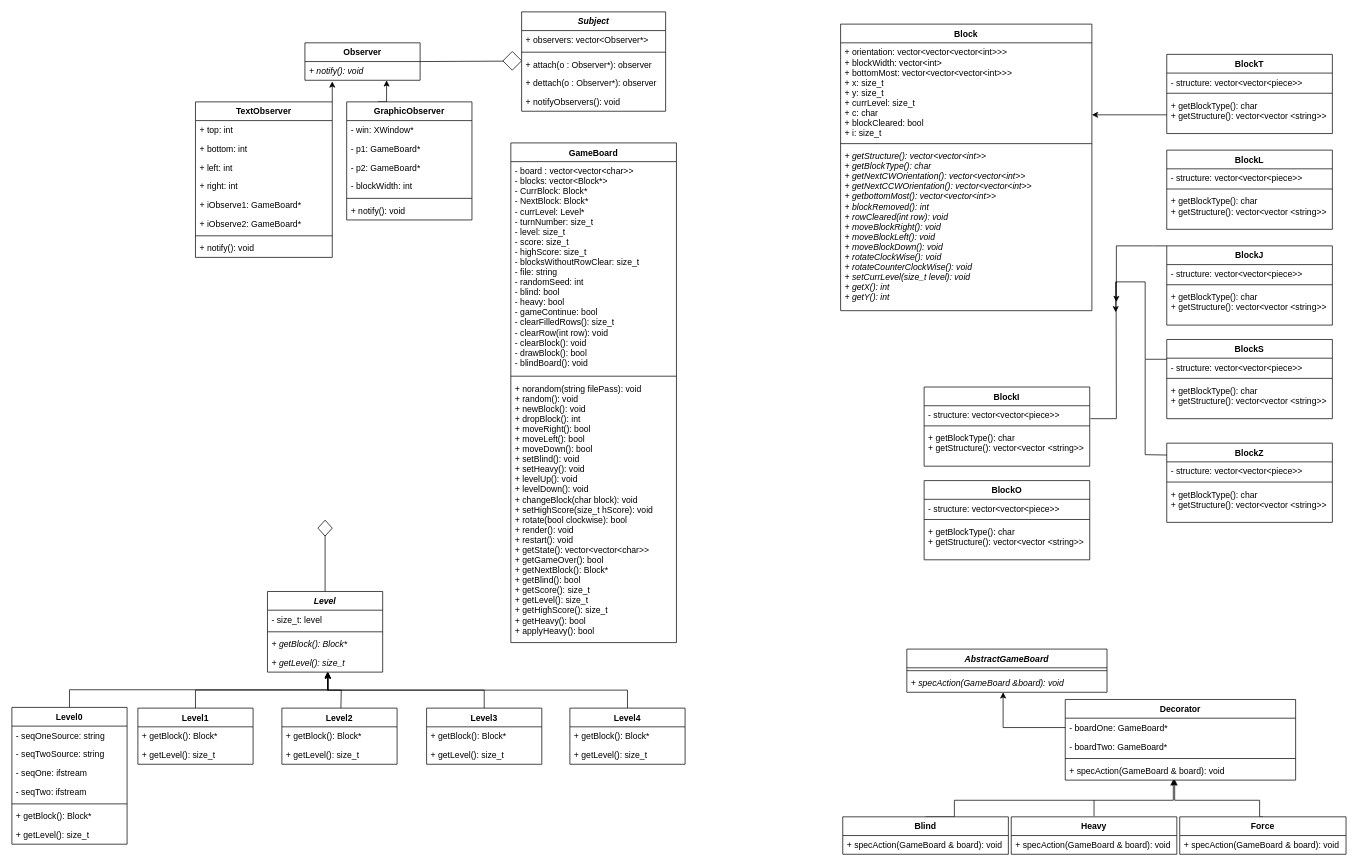
Above: UML.drawio in velomafinsights/biquadris (draw.io), before the change. Source tidied: cells renumbered, new cells numbered last; positions are measured from the earlier drawing's top-left corner, leaving out a move shared by most shapes. Both pictures are drawn from the tidied source at 72%, with x=0, y=0 at pixel (12, 12).
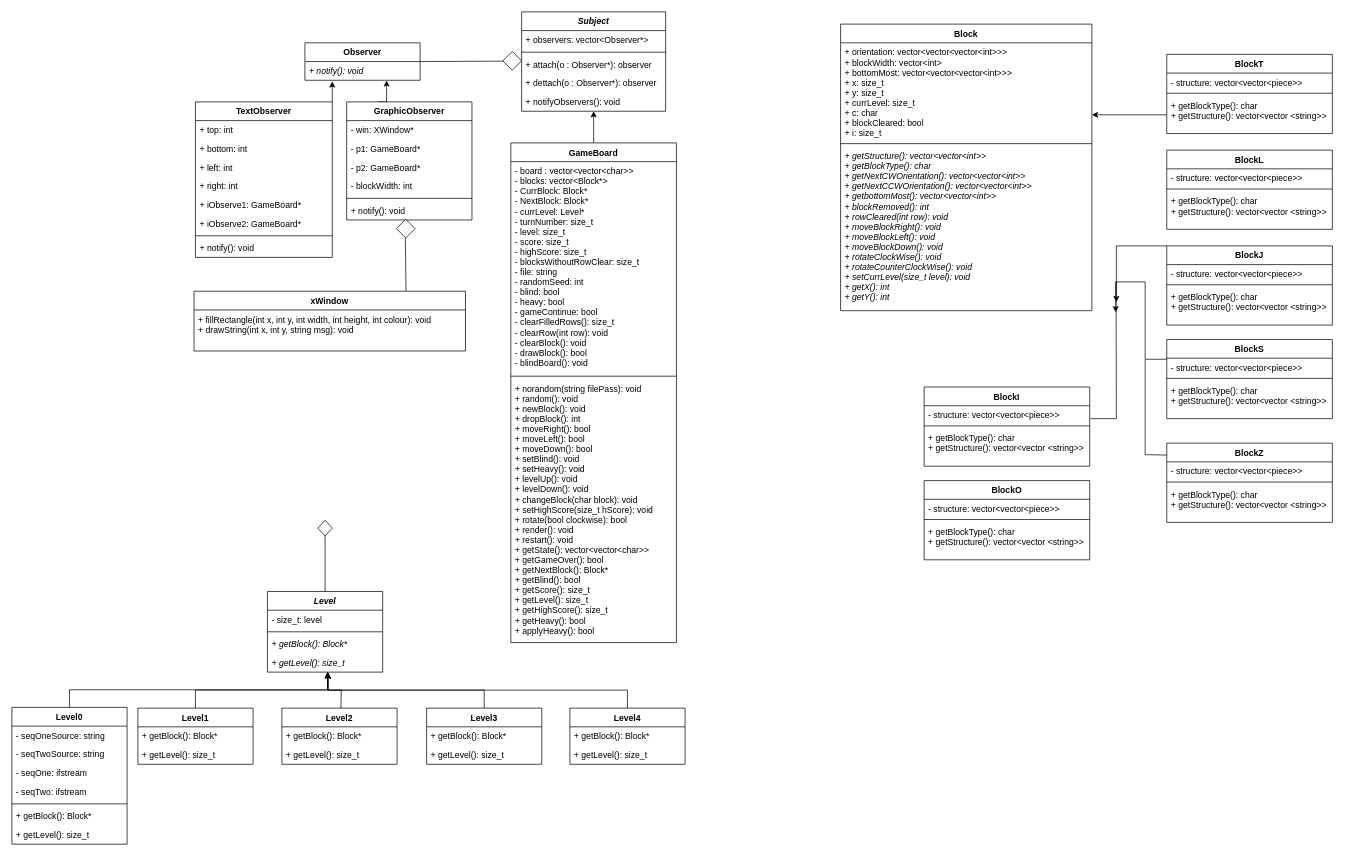
After the change.

Unchanged cells that the change refers to:
```xml
<mxCell id="2" value="Subject" style="swimlane;fontStyle=3;align=center;verticalAlign=top;horizontal=1;startSize=26;" parent="1" vertex="1">
  <mxGeometry x="708" width="200" height="138" as="geometry" />
</mxCell>
<mxCell id="26" value="GameBoard" style="swimlane;fontStyle=1;align=center;verticalAlign=top;horizontal=1;startSize=26;" parent="1" vertex="1">
  <mxGeometry x="693" y="182" width="230" height="694" as="geometry" />
</mxCell>
```

Diff of the diagram source:
```diff
@@
+    <mxCell id="124" style="edgeStyle=orthogonalEdgeStyle;rounded=0;jettySize=auto;html=1;exitX=0.5;exitY=0;exitDx=0;exitDy=0;entryX=0.5;entryY=1;entryDx=0;entryDy=0;" parent="1" edge="1" source="26" target="2">
+      <mxGeometry relative="1" as="geometry" />
+    </mxCell>
@@
-    <mxCell id="34" value="Decorator&#10;" style="swimlane;fontStyle=1;align=center;verticalAlign=top;horizontal=1;startSize=26;" parent="1" vertex="1">
-      <mxGeometry x="1463" y="955" width="320" height="112" as="geometry" />
-    </mxCell>
-    <mxCell id="35" value="- boardOne: GameBoard*" style="text;strokeColor=none;fillColor=none;align=left;verticalAlign=top;spacingLeft=4;spacingRight=4;overflow=hidden;points=[[0,0.5],[1,0.5]];portConstraint=eastwest;" parent="34" vertex="1">
-      <mxGeometry y="26" width="320" height="26" as="geometry" />
-    </mxCell>
-    <mxCell id="36" value="- boardTwo: GameBoard*" style="text;strokeColor=none;fillColor=none;align=left;verticalAlign=top;spacingLeft=4;spacingRight=4;overflow=hidden;" parent="34" vertex="1">
-      <mxGeometry y="52" width="320" height="26" as="geometry" />
-    </mxCell>
-    <mxCell id="37" style="line;strokeWidth=1;fillColor=none;align=left;verticalAlign=middle;spacingTop=-1;spacingLeft=3;spacingRight=3;labelPosition=right;strokeColor=inherit;" parent="34" vertex="1">
-      <mxGeometry y="78" width="320" height="8" as="geometry" />
-    </mxCell>
-    <mxCell id="38" value="+ specAction(GameBoard &amp; board): void" style="text;strokeColor=none;fillColor=none;align=left;verticalAlign=top;spacingLeft=4;spacingRight=4;overflow=hidden;points=[[0,0.5],[1,0.5]];portConstraint=eastwest;" parent="34" vertex="1">
-      <mxGeometry y="86" width="320" height="26" as="geometry" />
-    </mxCell>
-    <mxCell id="39" style="edgeStyle=orthogonalEdgeStyle;rounded=0;jettySize=auto;html=1;exitX=0.5;exitY=0;exitDx=0;exitDy=0;entryX=0.469;entryY=0.962;entryDx=0;entryDy=0;entryPerimeter=0;" parent="1" edge="1" source="40" target="38">
-      <mxGeometry relative="1" as="geometry">
-        <Array as="points">
-          <mxPoint x="1309" y="1095" />
-          <mxPoint x="1613" y="1095" />
-        </Array>
-      </mxGeometry>
-    </mxCell>
-    <mxCell id="40" value="Blind" style="swimlane;fontStyle=1;align=center;verticalAlign=top;horizontal=1;startSize=26;" parent="1" vertex="1">
-      <mxGeometry x="1154" y="1118" width="230" height="52" as="geometry" />
-    </mxCell>
-    <mxCell id="41" value="+ specAction(GameBoard &amp; board): void" style="text;strokeColor=none;fillColor=none;align=left;verticalAlign=top;spacingLeft=4;spacingRight=4;overflow=hidden;" parent="40" vertex="1">
-      <mxGeometry y="26" width="230" height="26" as="geometry" />
-    </mxCell>
-    <mxCell id="42" style="edgeStyle=orthogonalEdgeStyle;rounded=0;jettySize=auto;html=1;exitX=0.5;exitY=0;exitDx=0;exitDy=0;entryX=0.475;entryY=0.962;entryDx=0;entryDy=0;entryPerimeter=0;" parent="1" edge="1" source="43" target="38">
-      <mxGeometry relative="1" as="geometry">
-        <Array as="points">
-          <mxPoint x="1733" y="1095" />
-          <mxPoint x="1615" y="1095" />
-        </Array>
-      </mxGeometry>
-    </mxCell>
-    <mxCell id="43" value="Force" style="swimlane;fontStyle=1;align=center;verticalAlign=top;horizontal=1;startSize=26;" parent="1" vertex="1">
-      <mxGeometry x="1622" y="1118" width="231" height="52" as="geometry" />
-    </mxCell>
-    <mxCell id="44" value="+ specAction(GameBoard &amp; board): void" style="text;strokeColor=none;fillColor=none;align=left;verticalAlign=top;spacingLeft=4;spacingRight=4;overflow=hidden;" parent="43" vertex="1">
-      <mxGeometry y="26" width="231" height="26" as="geometry" />
-    </mxCell>
-    <mxCell id="45" value="Heavy" style="swimlane;fontStyle=1;align=center;verticalAlign=top;horizontal=1;startSize=26;" parent="1" vertex="1">
-      <mxGeometry x="1388" y="1118" width="230" height="52" as="geometry" />
-    </mxCell>
-    <mxCell id="46" value="+ specAction(GameBoard &amp; board): void" style="text;strokeColor=none;fillColor=none;align=left;verticalAlign=top;spacingLeft=4;spacingRight=4;overflow=hidden;" parent="45" vertex="1">
-      <mxGeometry y="26" width="230" height="26" as="geometry" />
-    </mxCell>
@@
-    <mxCell id="48" value="AbstractGameBoard" style="swimlane;fontStyle=3;align=center;verticalAlign=top;horizontal=1;startSize=26;" parent="1" vertex="1">
-      <mxGeometry x="1243" y="885" width="278" height="60" as="geometry" />
-    </mxCell>
-    <mxCell id="49" style="line;strokeWidth=1;fillColor=none;align=left;verticalAlign=middle;spacingTop=-1;spacingLeft=3;spacingRight=3;labelPosition=right;strokeColor=inherit;" parent="48" vertex="1">
-      <mxGeometry y="26" width="278" height="8" as="geometry" />
-    </mxCell>
-    <mxCell id="50" value="+ specAction(GameBoard &amp;board): void" style="text;strokeColor=none;fillColor=none;align=left;verticalAlign=top;spacingLeft=4;spacingRight=4;overflow=hidden;points=[[0,0.5],[1,0.5]];portConstraint=eastwest;fontStyle=2;" parent="48" vertex="1">
-      <mxGeometry y="34" width="278" height="26" as="geometry" />
-    </mxCell>
-    <mxCell id="51" style="edgeStyle=orthogonalEdgeStyle;rounded=0;jettySize=auto;html=1;exitX=0;exitY=0.5;exitDx=0;exitDy=0;entryX=0.481;entryY=1;entryDx=0;entryDy=0;entryPerimeter=0;" parent="1" edge="1" source="35" target="50">
-      <mxGeometry relative="1" as="geometry" />
-    </mxCell>
@@
-    <mxCell id="83" style="endArrow=none;html=1;rounded=0;" parent="1" edge="1">
-      <mxGeometry relative="1" as="geometry">
-        <mxPoint x="1503" y="1117" as="sourcePoint" />
-        <mxPoint x="1503" y="1095" as="targetPoint" />
-      </mxGeometry>
-    </mxCell>
@@
+    <mxCell id="125" value="xWindow" style="swimlane;fontStyle=1;align=center;verticalAlign=top;horizontal=1;startSize=26;" parent="1" vertex="1">
+      <mxGeometry x="253" y="388" width="377" height="83" as="geometry" />
+    </mxCell>
+    <mxCell id="126" value="+ fillRectangle(int x, int y, int width, int height, int colour): void&#10;+ drawString(int x, int y, string msg): void" style="text;strokeColor=none;fillColor=none;align=left;verticalAlign=top;spacingLeft=4;spacingRight=4;overflow=hidden;" parent="125" vertex="1">
+      <mxGeometry y="26" width="377" height="57" as="geometry" />
+    </mxCell>
+    <mxCell id="127" style="rhombus;whiteSpace=wrap;html=1;" parent="1" vertex="1">
+      <mxGeometry x="534" y="288" width="26" height="26" as="geometry" />
+    </mxCell>
+    <mxCell id="128" style="endArrow=none;html=1;rounded=0;entryX=0.478;entryY=0.998;entryDx=0;entryDy=0;entryPerimeter=0;exitX=0.781;exitY=-0.005;exitDx=0;exitDy=0;exitPerimeter=0;" parent="1" edge="1" source="125" target="127">
+      <mxGeometry relative="1" as="geometry" />
+    </mxCell>
```
